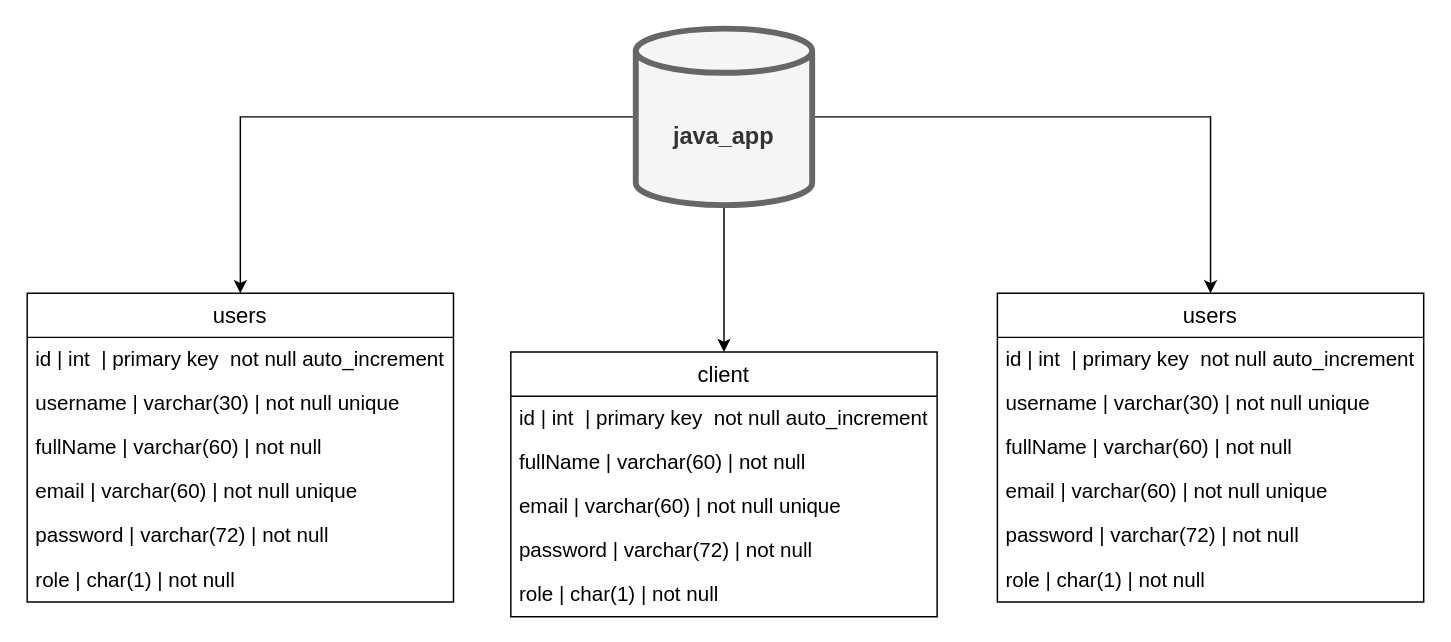
NicolasAlcs/Exerc-cios-Aula-de-Desen-Web keeps this draw.io diagram as teste1.drawio. Above is the earlier version. Source tidied: cells renumbered, new cells numbered last; positions are measured from the earlier drawing's top-left corner, leaving out a move shared by most shapes. Both pictures are drawn from the tidied source at 147%, with x=0, y=0 at pixel (26, 28).
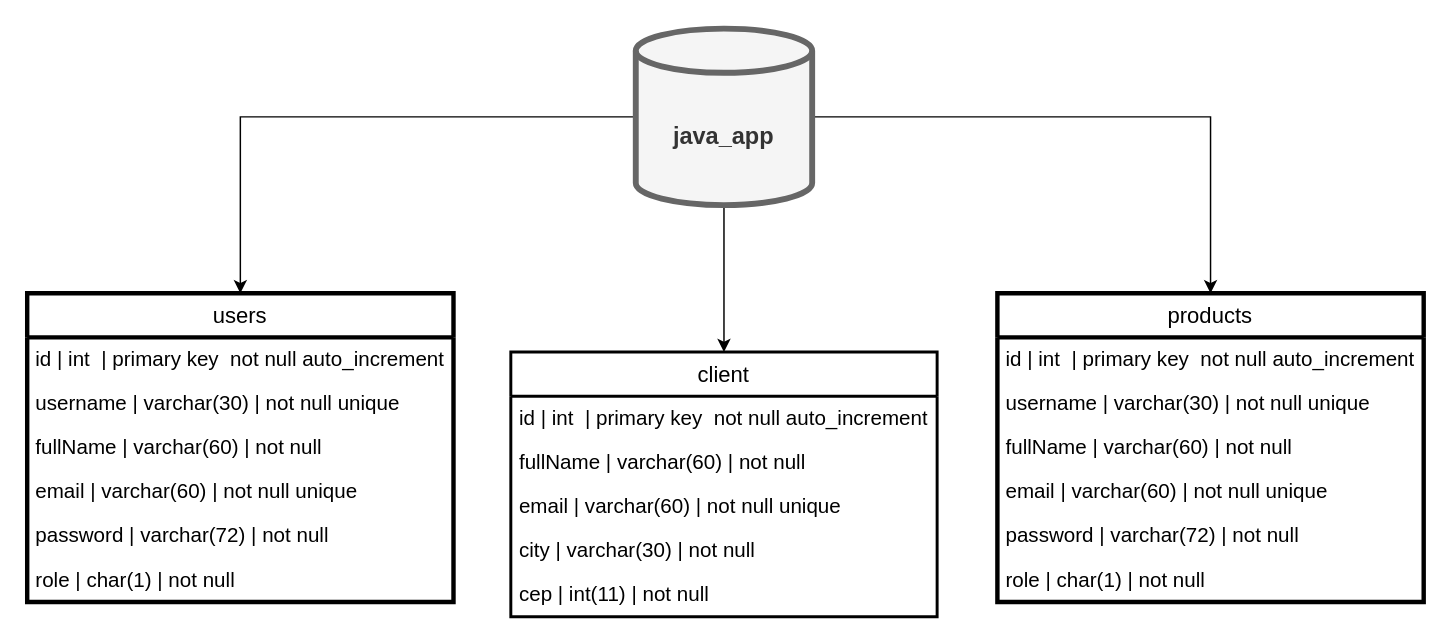
The same diagram, later.

Change to the diagram source:
```diff
@@
-    <mxCell id="6" value="&lt;font style=&quot;font-size: 15px;&quot;&gt;users&lt;/font&gt;" style="swimlane;fontStyle=0;horizontal=1;startSize=30;whiteSpace=wrap;html=1;" parent="1" vertex="1">
+    <mxCell id="6" value="&lt;font style=&quot;font-size: 15px;&quot;&gt;users&lt;/font&gt;" style="swimlane;fontStyle=0;horizontal=1;startSize=30;whiteSpace=wrap;html=1;strokeWidth=3;" parent="1" vertex="1">
       <mxGeometry y="180" width="290" height="210" as="geometry" />
     </mxCell>
@@
-    <mxCell id="13" value="&lt;span style=&quot;font-size: 15px;&quot;&gt;client&lt;/span&gt;" style="swimlane;fontStyle=0;horizontal=1;startSize=30;whiteSpace=wrap;html=1;" parent="1" vertex="1">
+    <mxCell id="13" value="&lt;span style=&quot;font-size: 15px;&quot;&gt;client&lt;/span&gt;" style="swimlane;fontStyle=0;horizontal=1;startSize=30;whiteSpace=wrap;html=1;strokeWidth=2;" parent="1" vertex="1">
       <mxGeometry x="329" y="220" width="290" height="180" as="geometry" />
     </mxCell>
@@
-    <mxCell id="17" value="&lt;font style=&quot;font-size: 14px;&quot;&gt;password | varchar(72) | not null&lt;/font&gt;" style="text;strokeColor=none;fillColor=none;align=left;verticalAlign=middle;spacingLeft=4;spacingRight=4;overflow=hidden;whiteSpace=wrap;html=1;" parent="13" vertex="1">
-      <mxGeometry y="120" width="290" height="30" as="geometry" />
-    </mxCell>
+    <mxCell id="26" value="&lt;font style=&quot;font-size: 14px;&quot;&gt;city | varchar(30) | not null&lt;/font&gt;" style="text;strokeColor=none;fillColor=none;align=left;verticalAlign=middle;spacingLeft=4;spacingRight=4;overflow=hidden;whiteSpace=wrap;html=1;fontSize=14;" parent="13" vertex="1">
+      <mxGeometry y="120" width="290" height="30" as="geometry" />
+    </mxCell>
-    <mxCell id="18" value="&lt;font style=&quot;font-size: 14px;&quot;&gt;role | char(1) | not null&lt;/font&gt;" style="text;strokeColor=none;fillColor=none;align=left;verticalAlign=middle;spacingLeft=4;spacingRight=4;overflow=hidden;whiteSpace=wrap;html=1;" parent="13" vertex="1">
+    <mxCell id="18" value="&lt;font style=&quot;font-size: 14px;&quot;&gt;cep | int(11) | not null&lt;/font&gt;" style="text;strokeColor=none;fillColor=none;align=left;verticalAlign=middle;spacingLeft=4;spacingRight=4;overflow=hidden;whiteSpace=wrap;html=1;fontSize=14;" parent="13" vertex="1">
       <mxGeometry y="150" width="290" height="30" as="geometry" />
     </mxCell>
-    <mxCell id="19" value="&lt;font style=&quot;font-size: 15px;&quot;&gt;users&lt;/font&gt;" style="swimlane;fontStyle=0;horizontal=1;startSize=30;whiteSpace=wrap;html=1;" parent="1" vertex="1">
+    <mxCell id="19" value="&lt;font style=&quot;font-size: 15px;&quot;&gt;products&lt;/font&gt;" style="swimlane;fontStyle=0;horizontal=1;startSize=30;whiteSpace=wrap;html=1;strokeWidth=3;" parent="1" vertex="1">
       <mxGeometry x="660" y="180" width="290" height="210" as="geometry" />
     </mxCell>
@@
-    <mxCell id="25" value="&lt;font style=&quot;font-size: 14px;&quot;&gt;role | char(1) | not null&lt;/font&gt;" style="text;strokeColor=none;fillColor=none;align=left;verticalAlign=middle;spacingLeft=4;spacingRight=4;overflow=hidden;whiteSpace=wrap;html=1;" parent="19" vertex="1">
+    <mxCell id="25" value="&lt;font style=&quot;font-size: 14px;&quot;&gt;role | char(1) | not null&lt;/font&gt;" style="text;strokeColor=none;fillColor=none;align=left;verticalAlign=middle;spacingLeft=4;spacingRight=4;overflow=hidden;whiteSpace=wrap;html=1;strokeWidth=2;" parent="19" vertex="1">
       <mxGeometry y="180" width="290" height="30" as="geometry" />
     </mxCell>
```
